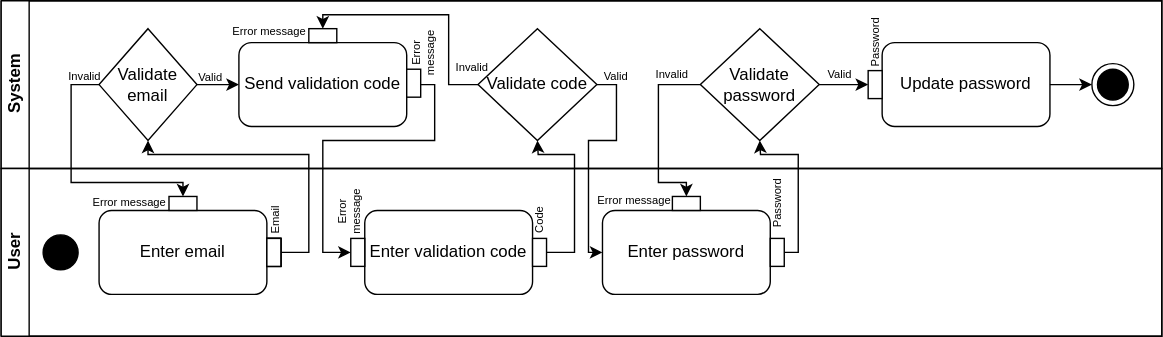
Before: Diagram/Activity/Reset Password.svg, a diagram exported from draw.io (Davidemad24/WisdomSystem). Source tidied: cells renumbered, new cells last; positions are measured from the earlier drawing's top-left corner, leaving out a move shared by most shapes.
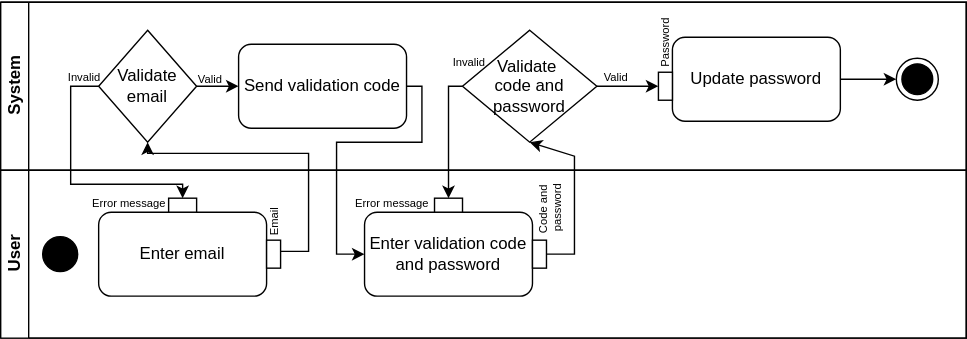
Later version of the same file.

Change to the diagram source:
```diff
@@ -3,28 +3,25 @@
     <mxCell id="0" />
     <mxCell id="1" parent="0" />
     <mxCell id="2" style="swimlane;horizontal=0;startSize=0;html=1;" parent="1" vertex="1">
-      <mxGeometry width="830" height="240" as="geometry" />
+      <mxGeometry width="690" height="240" as="geometry" />
     </mxCell>
     <mxCell id="3" value="System" style="swimlane;startSize=20;horizontal=0;html=1;" parent="2" vertex="1">
-      <mxGeometry width="830" height="120" as="geometry" />
+      <mxGeometry width="690" height="120" as="geometry" />
     </mxCell>
     <mxCell id="4" value="Validate email" style="rhombus;whiteSpace=wrap;html=1;" parent="3" vertex="1">
       <mxGeometry x="70" y="20" width="70" height="80" as="geometry" />
     </mxCell>
-    <mxCell id="5" value="Validate password" style="rhombus;whiteSpace=wrap;html=1;" parent="3" vertex="1">
-      <mxGeometry x="500" y="20" width="85" height="80" as="geometry" />
-    </mxCell>
     <mxCell id="6" value="Update password" style="rounded=1;whiteSpace=wrap;html=1;" parent="3" vertex="1">
-      <mxGeometry x="630" y="30" width="120" height="60" as="geometry" />
+      <mxGeometry x="480" y="25" width="120" height="60" as="geometry" />
     </mxCell>
     <mxCell id="7" style="ellipse;html=1;shape=endState;fillColor=strokeColor;" parent="3" vertex="1">
-      <mxGeometry x="780" y="45" width="30" height="30" as="geometry" />
+      <mxGeometry x="640" y="40" width="30" height="30" as="geometry" />
     </mxCell>
     <mxCell id="8" style="rounded=0;whiteSpace=wrap;html=1;" parent="3" vertex="1">
-      <mxGeometry x="620" y="50" width="10" height="20" as="geometry" />
+      <mxGeometry x="470" y="50" width="10" height="20" as="geometry" />
     </mxCell>
     <mxCell id="9" value="Password" style="text;html=1;whiteSpace=wrap;strokeColor=none;fillColor=none;align=center;verticalAlign=middle;rounded=0;fontSize=8;rotation=-90;" parent="3" vertex="1">
-      <mxGeometry x="595" y="15" width="60" height="30" as="geometry" />
+      <mxGeometry x="445" y="14" width="60" height="30" as="geometry" />
     </mxCell>
     <mxCell id="10" value="Valid" style="text;html=1;whiteSpace=wrap;strokeColor=none;fillColor=none;align=center;verticalAlign=middle;rounded=0;fontSize=8;rotation=0;" parent="3" vertex="1">
       <mxGeometry x="120" y="40" width="60" height="30" as="geometry" />
@@ -32,23 +29,14 @@
     <mxCell id="11" value="Invalid" style="text;html=1;whiteSpace=wrap;strokeColor=none;fillColor=none;align=center;verticalAlign=middle;rounded=0;fontSize=8;rotation=0;" parent="3" vertex="1">
       <mxGeometry x="30" y="39" width="60" height="30" as="geometry" />
     </mxCell>
-    <mxCell id="12" value="Valid" style="text;html=1;whiteSpace=wrap;strokeColor=none;fillColor=none;align=center;verticalAlign=middle;rounded=0;fontSize=8;rotation=0;" parent="3" vertex="1">
-      <mxGeometry x="570" y="38" width="60" height="30" as="geometry" />
-    </mxCell>
-    <mxCell id="13" value="Invalid" style="text;html=1;whiteSpace=wrap;strokeColor=none;fillColor=none;align=center;verticalAlign=middle;rounded=0;fontSize=8;rotation=0;" parent="3" vertex="1">
-      <mxGeometry x="450" y="38" width="60" height="30" as="geometry" />
-    </mxCell>
-    <mxCell id="14" style="endArrow=classic;html=1;rounded=0;exitX=1;exitY=0.5;exitDx=0;exitDy=0;entryX=0;entryY=0.5;entryDx=0;entryDy=0;" parent="3" edge="1" source="5" target="8">
-      <mxGeometry relative="1" as="geometry" />
-    </mxCell>
     <mxCell id="15" style="endArrow=classic;html=1;rounded=0;exitX=1;exitY=0.5;exitDx=0;exitDy=0;entryX=0;entryY=0.5;entryDx=0;entryDy=0;" parent="3" edge="1" source="6" target="7">
       <mxGeometry relative="1" as="geometry" />
     </mxCell>
     <mxCell id="16" value="Send validation code" style="rounded=1;whiteSpace=wrap;html=1;" parent="3" vertex="1">
       <mxGeometry x="170" y="30" width="120" height="60" as="geometry" />
     </mxCell>
-    <mxCell id="17" value="Validate code" style="rhombus;whiteSpace=wrap;html=1;" parent="3" vertex="1">
-      <mxGeometry x="341" y="20" width="85" height="80" as="geometry" />
+    <mxCell id="17" value="Validate&amp;nbsp;&lt;div&gt;code and password&lt;/div&gt;" style="rhombus;whiteSpace=wrap;html=1;" parent="3" vertex="1">
+      <mxGeometry x="330" y="20" width="96" height="80" as="geometry" />
     </mxCell>
     <mxCell id="18" style="endArrow=classic;html=1;rounded=0;exitX=1;exitY=0.5;exitDx=0;exitDy=0;entryX=0;entryY=0.5;entryDx=0;entryDy=0;" parent="3" edge="1" source="4" target="16">
       <mxGeometry relative="1" as="geometry" />
@@ -57,32 +45,17 @@
       <mxGeometry x="420" y="44" width="40" height="20" as="geometry" />
     </mxCell>
     <mxCell id="20" value="Invalid" style="text;html=1;whiteSpace=wrap;strokeColor=none;fillColor=none;align=center;verticalAlign=middle;rounded=0;fontSize=8;rotation=0;" parent="3" vertex="1">
-      <mxGeometry x="317" y="38" width="40" height="20" as="geometry" />
+      <mxGeometry x="315" y="33" width="40" height="20" as="geometry" />
     </mxCell>
-    <mxCell id="21" style="rounded=0;whiteSpace=wrap;html=1;rotation=90;" parent="3" vertex="1">
-      <mxGeometry x="225" y="15" width="10" height="20" as="geometry" />
-    </mxCell>
-    <mxCell id="22" style="endArrow=classic;html=1;rounded=0;exitX=0;exitY=0.5;exitDx=0;exitDy=0;entryX=0;entryY=0.5;entryDx=0;entryDy=0;" parent="3" edge="1" source="17" target="21">
-      <mxGeometry relative="1" as="geometry">
-        <Array as="points">
-          <mxPoint x="320" y="60" />
-          <mxPoint x="320" y="40" />
-          <mxPoint x="320" y="10" />
-          <mxPoint x="230" y="10" />
-        </Array>
-      </mxGeometry>
-    </mxCell>
-    <mxCell id="23" value="Error message" style="text;html=1;whiteSpace=wrap;strokeColor=none;fillColor=none;align=center;verticalAlign=middle;rounded=0;fontSize=8;rotation=0;" parent="3" vertex="1">
-      <mxGeometry x="162" y="7" width="60" height="30" as="geometry" />
-    </mxCell>
-    <mxCell id="24" style="rounded=0;whiteSpace=wrap;html=1;" parent="3" vertex="1">
-      <mxGeometry x="290" y="49" width="10" height="20" as="geometry" />
-    </mxCell>
-    <mxCell id="25" value="Error message" style="text;html=1;whiteSpace=wrap;strokeColor=none;fillColor=none;align=center;verticalAlign=middle;rounded=0;fontSize=8;rotation=-90;" parent="3" vertex="1">
-      <mxGeometry x="279.2" y="18.2" width="46" height="38" as="geometry" />
-    </mxCell>
+    <mxCell id="48" style="endArrow=classic;html=1;rounded=0;exitX=1;exitY=0.5;exitDx=0;exitDy=0;entryX=0;entryY=0.5;entryDx=0;entryDy=0;" parent="3" edge="1" source="17" target="8">
+      <mxGeometry relative="1" as="geometry">
+        <Array as="points">
+          <mxPoint x="440" y="60" />
+        </Array>
+      </mxGeometry>
+    </mxCell>
     <mxCell id="26" value="User" style="swimlane;startSize=20;horizontal=0;html=1;" parent="2" vertex="1">
-      <mxGeometry y="120" width="830" height="120" as="geometry" />
+      <mxGeometry y="120" width="690" height="120" as="geometry" />
     </mxCell>
     <mxCell id="27" style="ellipse;fillColor=strokeColor;html=1;" parent="26" vertex="1">
       <mxGeometry x="30" y="47.5" width="25" height="25" as="geometry" />
@@ -93,45 +66,30 @@
     <mxCell id="29" style="rounded=0;whiteSpace=wrap;html=1;" parent="26" vertex="1">
       <mxGeometry x="190" y="50" width="10" height="20" as="geometry" />
     </mxCell>
-    <mxCell id="30" value="Enter password" style="rounded=1;whiteSpace=wrap;html=1;" parent="26" vertex="1">
-      <mxGeometry x="430" y="30" width="120" height="60" as="geometry" />
-    </mxCell>
     <mxCell id="31" value="Email" style="text;html=1;whiteSpace=wrap;strokeColor=none;fillColor=none;align=center;verticalAlign=middle;rounded=0;fontSize=8;rotation=-90;" parent="26" vertex="1">
       <mxGeometry x="166" y="22" width="60" height="30" as="geometry" />
     </mxCell>
-    <mxCell id="32" value="Password" style="text;html=1;whiteSpace=wrap;strokeColor=none;fillColor=none;align=center;verticalAlign=middle;rounded=0;fontSize=8;rotation=-90;" parent="26" vertex="1">
-      <mxGeometry x="525" y="10" width="60" height="30" as="geometry" />
-    </mxCell>
     <mxCell id="33" style="rounded=0;whiteSpace=wrap;html=1;rotation=90;" parent="26" vertex="1">
       <mxGeometry x="125" y="15" width="10" height="20" as="geometry" />
     </mxCell>
-    <mxCell id="34" style="rounded=0;whiteSpace=wrap;html=1;rotation=90;" parent="26" vertex="1">
-      <mxGeometry x="485" y="15" width="10" height="20" as="geometry" />
-    </mxCell>
-    <mxCell id="35" value="Error message" style="text;html=1;whiteSpace=wrap;strokeColor=none;fillColor=none;align=center;verticalAlign=middle;rounded=0;fontSize=8;rotation=0;" parent="26" vertex="1">
-      <mxGeometry x="423" y="8" width="60" height="30" as="geometry" />
-    </mxCell>
     <mxCell id="36" value="Error message" style="text;html=1;whiteSpace=wrap;strokeColor=none;fillColor=none;align=center;verticalAlign=middle;rounded=0;fontSize=8;rotation=0;" parent="26" vertex="1">
       <mxGeometry x="62" y="9" width="60" height="30" as="geometry" />
     </mxCell>
-    <mxCell id="37" style="rounded=0;whiteSpace=wrap;html=1;" parent="26" vertex="1">
-      <mxGeometry x="550" y="50" width="10" height="20" as="geometry" />
-    </mxCell>
-    <mxCell id="38" value="Enter validation code" style="rounded=1;whiteSpace=wrap;html=1;" parent="26" vertex="1">
+    <mxCell id="38" value="Enter validation code and password" style="rounded=1;whiteSpace=wrap;html=1;" parent="26" vertex="1">
       <mxGeometry x="260" y="30" width="120" height="60" as="geometry" />
     </mxCell>
     <mxCell id="39" style="rounded=0;whiteSpace=wrap;html=1;" parent="26" vertex="1">
       <mxGeometry x="380" y="50" width="10" height="20" as="geometry" />
     </mxCell>
-    <mxCell id="40" style="rounded=0;whiteSpace=wrap;html=1;" parent="26" vertex="1">
-      <mxGeometry x="250" y="50" width="10" height="20" as="geometry" />
-    </mxCell>
-    <mxCell id="41" value="Error message" style="text;html=1;whiteSpace=wrap;strokeColor=none;fillColor=none;align=center;verticalAlign=middle;rounded=0;fontSize=8;rotation=-90;" parent="26" vertex="1">
-      <mxGeometry x="226" y="12" width="46" height="38" as="geometry" />
-    </mxCell>
-    <mxCell id="42" value="Code" style="text;html=1;whiteSpace=wrap;strokeColor=none;fillColor=none;align=center;verticalAlign=middle;rounded=0;fontSize=8;rotation=-90;" parent="26" vertex="1">
-      <mxGeometry x="355" y="22" width="60" height="30" as="geometry" />
+    <mxCell id="42" value="Code and&amp;nbsp;&lt;div&gt;password&lt;/div&gt;" style="text;html=1;whiteSpace=wrap;strokeColor=none;fillColor=none;align=center;verticalAlign=middle;rounded=0;fontSize=8;rotation=-90;" parent="26" vertex="1">
+      <mxGeometry x="363" y="12" width="60" height="30" as="geometry" />
     </mxCell>
+    <mxCell id="21" style="rounded=0;whiteSpace=wrap;html=1;rotation=90;" parent="26" vertex="1">
+      <mxGeometry x="315" y="15" width="10" height="20" as="geometry" />
+    </mxCell>
+    <mxCell id="23" value="Error message" style="text;html=1;whiteSpace=wrap;strokeColor=none;fillColor=none;align=center;verticalAlign=middle;rounded=0;fontSize=8;rotation=0;" parent="26" vertex="1">
+      <mxGeometry x="250" y="9" width="60" height="30" as="geometry" />
+    </mxCell>
     <mxCell id="43" style="endArrow=classic;html=1;rounded=0;exitX=0;exitY=0.5;exitDx=0;exitDy=0;entryX=0;entryY=0.5;entryDx=0;entryDy=0;" parent="2" edge="1" source="4" target="33">
       <mxGeometry relative="1" as="geometry">
         <Array as="points">
@@ -143,35 +101,15 @@
         </Array>
       </mxGeometry>
     </mxCell>
-    <mxCell id="44" style="endArrow=classic;html=1;rounded=0;exitX=0;exitY=0.5;exitDx=0;exitDy=0;entryX=0;entryY=0.5;entryDx=0;entryDy=0;" parent="2" edge="1" source="5" target="34">
-      <mxGeometry relative="1" as="geometry">
-        <Array as="points">
-          <mxPoint x="470" y="60" />
-          <mxPoint x="470" y="90" />
-          <mxPoint x="470" y="130" />
-          <mxPoint x="490" y="130" />
-        </Array>
-      </mxGeometry>
-    </mxCell>
-    <mxCell id="45" style="endArrow=classic;html=1;rounded=0;entryX=0.5;entryY=1;entryDx=0;entryDy=0;exitX=1;exitY=0.5;exitDx=0;exitDy=0;" parent="2" edge="1" source="37" target="5">
-      <mxGeometry relative="1" as="geometry">
-        <Array as="points">
-          <mxPoint x="570" y="180" />
-          <mxPoint x="570" y="110" />
-          <mxPoint x="543" y="110" />
-        </Array>
-      </mxGeometry>
-    </mxCell>
-    <mxCell id="46" style="endArrow=classic;html=1;rounded=0;entryX=0;entryY=0.5;entryDx=0;entryDy=0;" parent="2" edge="1" target="40">
+    <mxCell id="46" style="endArrow=classic;html=1;rounded=0;entryX=0;entryY=0.5;entryDx=0;entryDy=0;exitX=1;exitY=0.5;exitDx=0;exitDy=0;" parent="2" edge="1" source="16" target="38">
       <mxGeometry relative="1" as="geometry">
-        <mxPoint x="300" y="60" as="sourcePoint" />
         <Array as="points">
-          <mxPoint x="310" y="60" />
-          <mxPoint x="310" y="100" />
-          <mxPoint x="300" y="100" />
-          <mxPoint x="230" y="100" />
-          <mxPoint x="230" y="140" />
-          <mxPoint x="230" y="180" />
+          <mxPoint x="301" y="60" />
+          <mxPoint x="301" y="100" />
+          <mxPoint x="291" y="100" />
+          <mxPoint x="240" y="100" />
+          <mxPoint x="240" y="138" />
+          <mxPoint x="240" y="180" />
         </Array>
       </mxGeometry>
     </mxCell>
@@ -180,37 +118,25 @@
         <Array as="points">
           <mxPoint x="410" y="180" />
           <mxPoint x="410" y="110" />
-          <mxPoint x="384" y="110" />
         </Array>
       </mxGeometry>
     </mxCell>
-    <mxCell id="48" style="endArrow=classic;html=1;rounded=0;exitX=1;exitY=0.5;exitDx=0;exitDy=0;entryX=0;entryY=0.5;entryDx=0;entryDy=0;" parent="2" edge="1" source="17" target="30">
-      <mxGeometry relative="1" as="geometry">
-        <Array as="points">
-          <mxPoint x="440" y="60" />
-          <mxPoint x="440" y="100" />
-          <mxPoint x="420" y="100" />
-          <mxPoint x="420" y="180" />
-        </Array>
-      </mxGeometry>
-    </mxCell>
-    <mxCell id="49" style="rounded=0;whiteSpace=wrap;html=1;" parent="1" vertex="1">
-      <mxGeometry x="190" y="170" width="10" height="20" as="geometry" />
-    </mxCell>
-    <mxCell id="50" style="rounded=0;whiteSpace=wrap;html=1;" parent="1" vertex="1">
-      <mxGeometry x="190" y="170" width="10" height="20" as="geometry" />
-    </mxCell>
+    <mxCell id="22" style="endArrow=classic;html=1;rounded=0;exitX=0;exitY=0.5;exitDx=0;exitDy=0;entryX=0;entryY=0.5;entryDx=0;entryDy=0;" parent="2" edge="1" source="17" target="21">
+      <mxGeometry relative="1" as="geometry">
+        <Array as="points">
+          <mxPoint x="320" y="60" />
+        </Array>
+      </mxGeometry>
+    </mxCell>
-    <mxCell id="51" style="endArrow=classic;html=1;rounded=0;exitX=1;exitY=0.5;exitDx=0;exitDy=0;entryX=0.5;entryY=1;entryDx=0;entryDy=0;" parent="1" edge="1" source="50" target="4">
+    <mxCell id="51" style="endArrow=classic;html=1;rounded=0;exitX=1;exitY=0.5;exitDx=0;exitDy=0;entryX=0.5;entryY=1;entryDx=0;entryDy=0;" parent="1" edge="1" target="4">
       <mxGeometry relative="1" as="geometry">
+        <mxPoint x="200" y="178" as="sourcePoint" />
         <Array as="points">
-          <mxPoint x="220" y="180" />
-          <mxPoint x="220" y="110" />
-          <mxPoint x="105" y="110" />
+          <mxPoint x="220" y="178" />
+          <mxPoint x="220" y="108" />
+          <mxPoint x="105" y="108" />
         </Array>
       </mxGeometry>
     </mxCell>
-    <mxCell id="52" style="rounded=0;whiteSpace=wrap;html=1;" parent="1" vertex="1">
-      <mxGeometry x="190" y="170" width="10" height="20" as="geometry" />
-    </mxCell>
   </root>
 </mxGraphModel>
```
